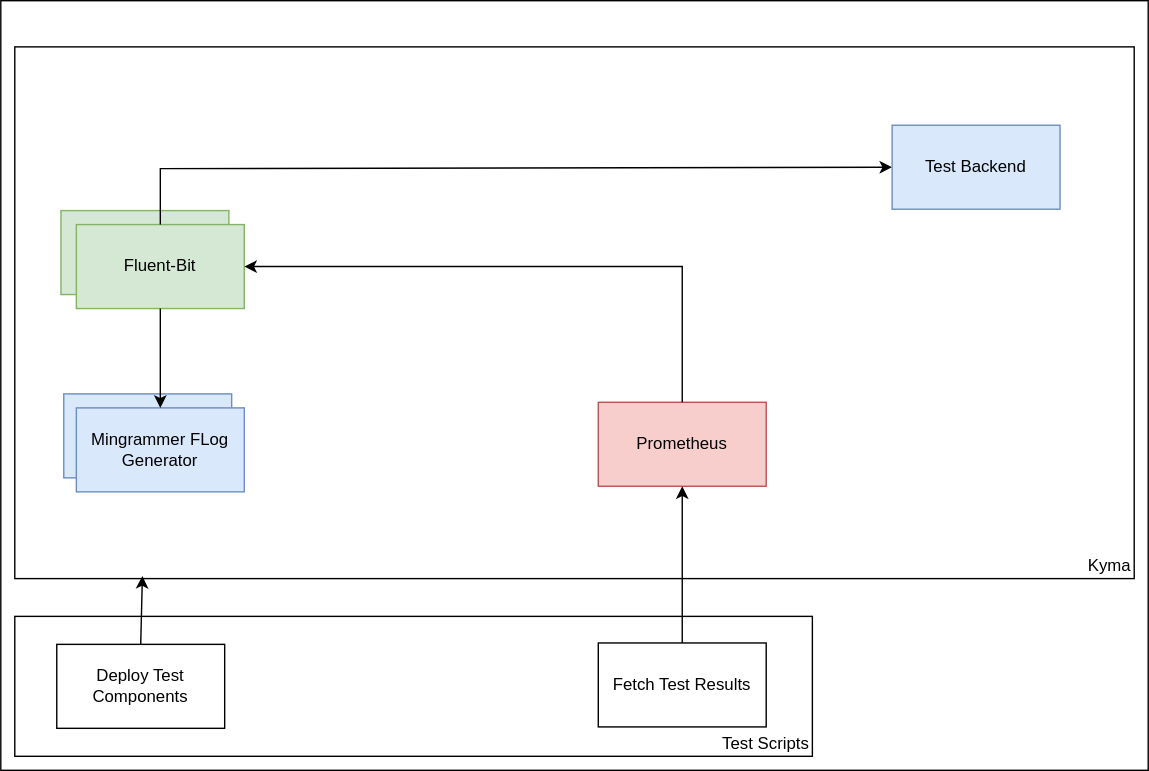
Earlier version of the draw.io export docs/contributor/benchmarks/assets/log_perf_test_setup.drawio.svg (kyma-project/telemetry-manager). Source tidied: cells renumbered, new cells last; positions are measured from the earlier drawing's top-left corner, leaving out a move shared by most shapes. Its diagram source:
```xml
<mxGraphModel>
  <root>
    <mxCell id="0" />
    <mxCell id="1" parent="0" />
    <mxCell id="2" style="rounded=0;whiteSpace=wrap;html=1;" parent="1" vertex="1">
      <mxGeometry width="820" height="550" as="geometry" />
    </mxCell>
    <mxCell id="3" value="Kyma" style="rounded=0;whiteSpace=wrap;html=1;align=right;verticalAlign=bottom;" parent="1" vertex="1">
      <mxGeometry x="10" y="33" width="800" height="380" as="geometry" />
    </mxCell>
    <mxCell id="4" style="rounded=0;whiteSpace=wrap;html=1;fillColor=#d5e8d4;strokeColor=#82b366;" parent="1" vertex="1">
      <mxGeometry x="43" y="150" width="120" height="60" as="geometry" />
    </mxCell>
    <mxCell id="5" value="Fluent-Bit" style="rounded=0;whiteSpace=wrap;html=1;fillColor=#d5e8d4;strokeColor=#82b366;" parent="1" vertex="1">
      <mxGeometry x="54" y="160" width="120" height="60" as="geometry" />
    </mxCell>
    <mxCell id="6" style="endArrow=classic;html=1;rounded=0;exitX=0.5;exitY=0;exitDx=0;exitDy=0;entryX=0;entryY=0.5;entryDx=0;entryDy=0;" parent="1" edge="1" source="5" target="9">
      <mxGeometry relative="1" as="geometry">
        <Array as="points">
          <mxPoint x="114" y="120" />
        </Array>
      </mxGeometry>
    </mxCell>
    <mxCell id="7" value="Prometheus" style="rounded=0;whiteSpace=wrap;html=1;fillColor=#f8cecc;strokeColor=#b85450;" parent="1" vertex="1">
      <mxGeometry x="427" y="287" width="120" height="60" as="geometry" />
    </mxCell>
    <mxCell id="8" style="endArrow=classic;html=1;rounded=0;exitX=0.5;exitY=0;exitDx=0;exitDy=0;entryX=1;entryY=0.5;entryDx=0;entryDy=0;" parent="1" edge="1" source="7" target="5">
      <mxGeometry relative="1" as="geometry">
        <Array as="points">
          <mxPoint x="487" y="190" />
        </Array>
      </mxGeometry>
    </mxCell>
    <mxCell id="9" value="Test Backend" style="rounded=0;whiteSpace=wrap;html=1;fillColor=#dae8fc;strokeColor=#6c8ebf;" parent="1" vertex="1">
      <mxGeometry x="637" y="89" width="120" height="60" as="geometry" />
    </mxCell>
    <mxCell id="10" style="rounded=0;whiteSpace=wrap;html=1;fillColor=#dae8fc;strokeColor=#6c8ebf;" parent="1" vertex="1">
      <mxGeometry x="45" y="281" width="120" height="60" as="geometry" />
    </mxCell>
    <mxCell id="11" value="Mingrammer FLog Generator" style="rounded=0;whiteSpace=wrap;html=1;fillColor=#dae8fc;strokeColor=#6c8ebf;" parent="1" vertex="1">
      <mxGeometry x="54" y="291" width="120" height="60" as="geometry" />
    </mxCell>
    <mxCell id="12" style="endArrow=classic;html=1;rounded=0;entryX=0.5;entryY=0;entryDx=0;entryDy=0;exitX=0.5;exitY=1;exitDx=0;exitDy=0;" parent="1" edge="1" source="5" target="11">
      <mxGeometry relative="1" as="geometry" />
    </mxCell>
    <mxCell id="13" value="Test Scripts" style="rounded=0;whiteSpace=wrap;html=1;align=right;verticalAlign=bottom;" parent="1" vertex="1">
      <mxGeometry x="10" y="440" width="570" height="100" as="geometry" />
    </mxCell>
    <mxCell id="14" value="Deploy Test Components" style="rounded=0;whiteSpace=wrap;html=1;" parent="1" vertex="1">
      <mxGeometry x="40" y="460" width="120" height="60" as="geometry" />
    </mxCell>
    <mxCell id="15" value="Fetch Test Results" style="rounded=0;whiteSpace=wrap;html=1;" parent="1" vertex="1">
      <mxGeometry x="427" y="459" width="120" height="60" as="geometry" />
    </mxCell>
    <mxCell id="16" style="endArrow=classic;html=1;rounded=0;entryX=0.5;entryY=1;entryDx=0;entryDy=0;exitX=0.5;exitY=0;exitDx=0;exitDy=0;" parent="1" edge="1" source="15" target="7">
      <mxGeometry relative="1" as="geometry" />
    </mxCell>
    <mxCell id="17" style="endArrow=classic;html=1;rounded=0;exitX=0.5;exitY=0;exitDx=0;exitDy=0;entryX=0.114;entryY=0.995;entryDx=0;entryDy=0;entryPerimeter=0;" parent="1" edge="1" source="14" target="3">
      <mxGeometry relative="1" as="geometry" />
    </mxCell>
  </root>
</mxGraphModel>
```
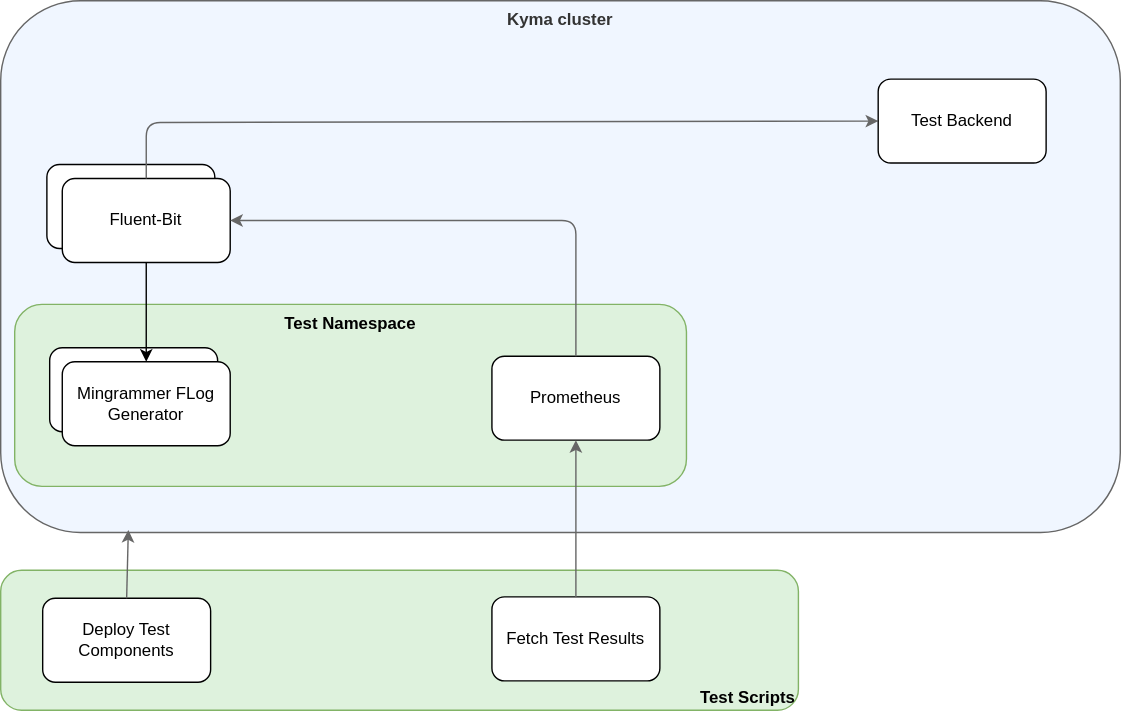
After the change.

What changed in the source:
```diff
@@ -1,61 +1,61 @@
-<mxGraphModel>
+<mxGraphModel background="#ffffff">
   <root>
     <mxCell id="0" />
     <mxCell id="1" parent="0" />
-    <mxCell id="2" style="rounded=0;whiteSpace=wrap;html=1;" parent="1" vertex="1">
-      <mxGeometry width="820" height="550" as="geometry" />
-    </mxCell>
-    <mxCell id="3" value="Kyma" style="rounded=0;whiteSpace=wrap;html=1;align=right;verticalAlign=bottom;" parent="1" vertex="1">
+    <mxCell id="3" value="Kyma cluster" style="rounded=1;whiteSpace=wrap;html=1;align=center;verticalAlign=top;fontStyle=1;fillColor=#F0F6FF;fontColor=#333333;strokeColor=#666666;" parent="1" vertex="1">
       <mxGeometry x="10" y="33" width="800" height="380" as="geometry" />
     </mxCell>
-    <mxCell id="4" style="rounded=0;whiteSpace=wrap;html=1;fillColor=#d5e8d4;strokeColor=#82b366;" parent="1" vertex="1">
+    <mxCell id="4" style="rounded=1;whiteSpace=wrap;html=1;" parent="1" vertex="1">
       <mxGeometry x="43" y="150" width="120" height="60" as="geometry" />
     </mxCell>
-    <mxCell id="5" value="Fluent-Bit" style="rounded=0;whiteSpace=wrap;html=1;fillColor=#d5e8d4;strokeColor=#82b366;" parent="1" vertex="1">
+    <mxCell id="5" value="Fluent-Bit" style="rounded=1;whiteSpace=wrap;html=1;" parent="1" vertex="1">
       <mxGeometry x="54" y="160" width="120" height="60" as="geometry" />
     </mxCell>
-    <mxCell id="6" style="endArrow=classic;html=1;rounded=0;exitX=0.5;exitY=0;exitDx=0;exitDy=0;entryX=0;entryY=0.5;entryDx=0;entryDy=0;" parent="1" edge="1" source="5" target="9">
+    <mxCell id="6" style="endArrow=classic;html=1;rounded=1;exitX=0.5;exitY=0;exitDx=0;exitDy=0;entryX=0;entryY=0.5;entryDx=0;entryDy=0;curved=0;strokeColor=#666666;" parent="1" edge="1" source="5" target="9">
       <mxGeometry relative="1" as="geometry">
         <Array as="points">
           <mxPoint x="114" y="120" />
         </Array>
       </mxGeometry>
     </mxCell>
+    <mxCell id="18" value="Test Namespace" style="rounded=1;whiteSpace=wrap;html=1;fillColor=#DEF2DD;strokeColor=#82b366;fontStyle=1;verticalAlign=top;" parent="1" vertex="1">
+      <mxGeometry x="20" y="250" width="480" height="130" as="geometry" />
+    </mxCell>
-    <mxCell id="7" value="Prometheus" style="rounded=0;whiteSpace=wrap;html=1;fillColor=#f8cecc;strokeColor=#b85450;" parent="1" vertex="1">
-      <mxGeometry x="427" y="287" width="120" height="60" as="geometry" />
+    <mxCell id="7" value="Prometheus" style="rounded=1;whiteSpace=wrap;html=1;" parent="1" vertex="1">
+      <mxGeometry x="361" y="287" width="120" height="60" as="geometry" />
     </mxCell>
-    <mxCell id="8" style="endArrow=classic;html=1;rounded=0;exitX=0.5;exitY=0;exitDx=0;exitDy=0;entryX=1;entryY=0.5;entryDx=0;entryDy=0;" parent="1" edge="1" source="7" target="5">
+    <mxCell id="8" style="endArrow=classic;html=1;rounded=1;exitX=0.5;exitY=0;exitDx=0;exitDy=0;entryX=1;entryY=0.5;entryDx=0;entryDy=0;curved=0;strokeColor=#666666;" parent="1" edge="1" source="7" target="5">
       <mxGeometry relative="1" as="geometry">
         <Array as="points">
-          <mxPoint x="487" y="190" />
+          <mxPoint x="421" y="190" />
         </Array>
       </mxGeometry>
     </mxCell>
-    <mxCell id="9" value="Test Backend" style="rounded=0;whiteSpace=wrap;html=1;fillColor=#dae8fc;strokeColor=#6c8ebf;" parent="1" vertex="1">
+    <mxCell id="9" value="Test Backend" style="rounded=1;whiteSpace=wrap;html=1;" parent="1" vertex="1">
       <mxGeometry x="637" y="89" width="120" height="60" as="geometry" />
     </mxCell>
-    <mxCell id="10" style="rounded=0;whiteSpace=wrap;html=1;fillColor=#dae8fc;strokeColor=#6c8ebf;" parent="1" vertex="1">
+    <mxCell id="10" style="rounded=1;whiteSpace=wrap;html=1;" parent="1" vertex="1">
       <mxGeometry x="45" y="281" width="120" height="60" as="geometry" />
     </mxCell>
-    <mxCell id="11" value="Mingrammer FLog Generator" style="rounded=0;whiteSpace=wrap;html=1;fillColor=#dae8fc;strokeColor=#6c8ebf;" parent="1" vertex="1">
+    <mxCell id="11" value="Mingrammer FLog Generator" style="rounded=1;whiteSpace=wrap;html=1;" parent="1" vertex="1">
       <mxGeometry x="54" y="291" width="120" height="60" as="geometry" />
     </mxCell>
     <mxCell id="12" style="endArrow=classic;html=1;rounded=0;entryX=0.5;entryY=0;entryDx=0;entryDy=0;exitX=0.5;exitY=1;exitDx=0;exitDy=0;" parent="1" edge="1" source="5" target="11">
       <mxGeometry relative="1" as="geometry" />
     </mxCell>
-    <mxCell id="13" value="Test Scripts" style="rounded=0;whiteSpace=wrap;html=1;align=right;verticalAlign=bottom;" parent="1" vertex="1">
+    <mxCell id="13" value="Test Scripts" style="rounded=1;whiteSpace=wrap;html=1;align=right;verticalAlign=bottom;fontStyle=1;fillColor=#DEF2DD;strokeColor=#82b366;" parent="1" vertex="1">
       <mxGeometry x="10" y="440" width="570" height="100" as="geometry" />
     </mxCell>
-    <mxCell id="14" value="Deploy Test Components" style="rounded=0;whiteSpace=wrap;html=1;" parent="1" vertex="1">
+    <mxCell id="14" value="Deploy Test Components" style="rounded=1;whiteSpace=wrap;html=1;" parent="1" vertex="1">
       <mxGeometry x="40" y="460" width="120" height="60" as="geometry" />
     </mxCell>
-    <mxCell id="15" value="Fetch Test Results" style="rounded=0;whiteSpace=wrap;html=1;" parent="1" vertex="1">
-      <mxGeometry x="427" y="459" width="120" height="60" as="geometry" />
+    <mxCell id="15" value="Fetch Test Results" style="rounded=1;whiteSpace=wrap;html=1;" parent="1" vertex="1">
+      <mxGeometry x="361" y="459" width="120" height="60" as="geometry" />
     </mxCell>
-    <mxCell id="16" style="endArrow=classic;html=1;rounded=0;entryX=0.5;entryY=1;entryDx=0;entryDy=0;exitX=0.5;exitY=0;exitDx=0;exitDy=0;" parent="1" edge="1" source="15" target="7">
+    <mxCell id="16" style="endArrow=classic;html=1;rounded=1;entryX=0.5;entryY=1;entryDx=0;entryDy=0;exitX=0.5;exitY=0;exitDx=0;exitDy=0;curved=0;strokeColor=#666666;" parent="1" edge="1" source="15" target="7">
       <mxGeometry relative="1" as="geometry" />
     </mxCell>
-    <mxCell id="17" style="endArrow=classic;html=1;rounded=0;exitX=0.5;exitY=0;exitDx=0;exitDy=0;entryX=0.114;entryY=0.995;entryDx=0;entryDy=0;entryPerimeter=0;" parent="1" edge="1" source="14" target="3">
+    <mxCell id="17" style="endArrow=classic;html=1;rounded=1;exitX=0.5;exitY=0;exitDx=0;exitDy=0;entryX=0.114;entryY=0.995;entryDx=0;entryDy=0;entryPerimeter=0;curved=0;strokeColor=#666666;" parent="1" edge="1" source="14" target="3">
       <mxGeometry relative="1" as="geometry" />
     </mxCell>
   </root>
```
